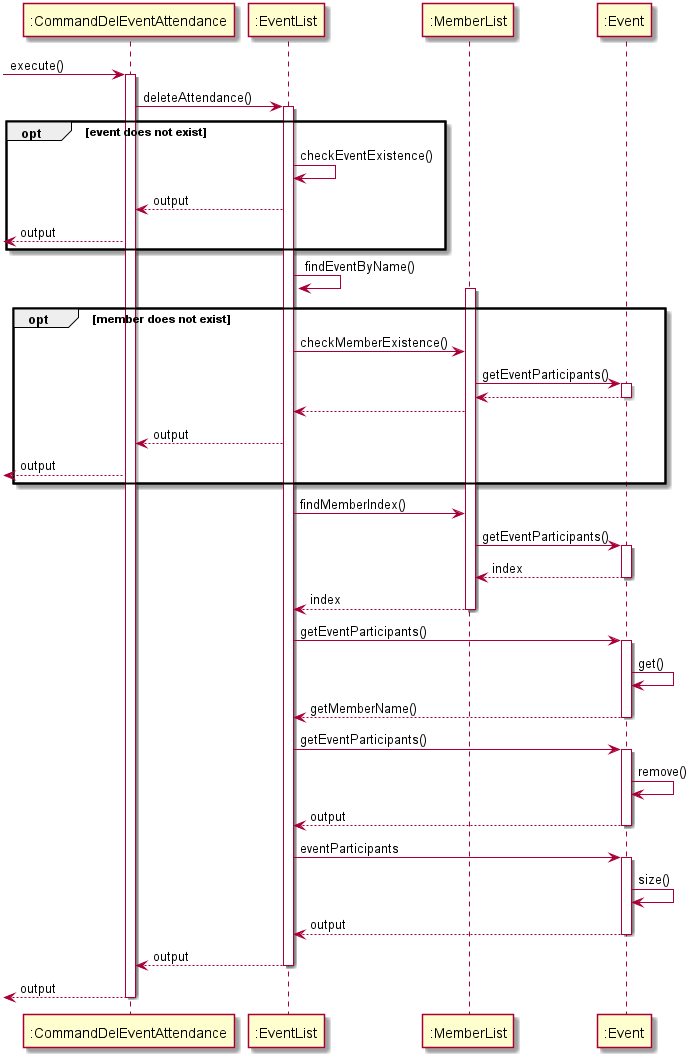
Earlier version of the PlantUML export docs/EventDiagram/SequenceDiagram/CommandDelEventAttendance.png (nus-cs2113-AY2021S1/tp).
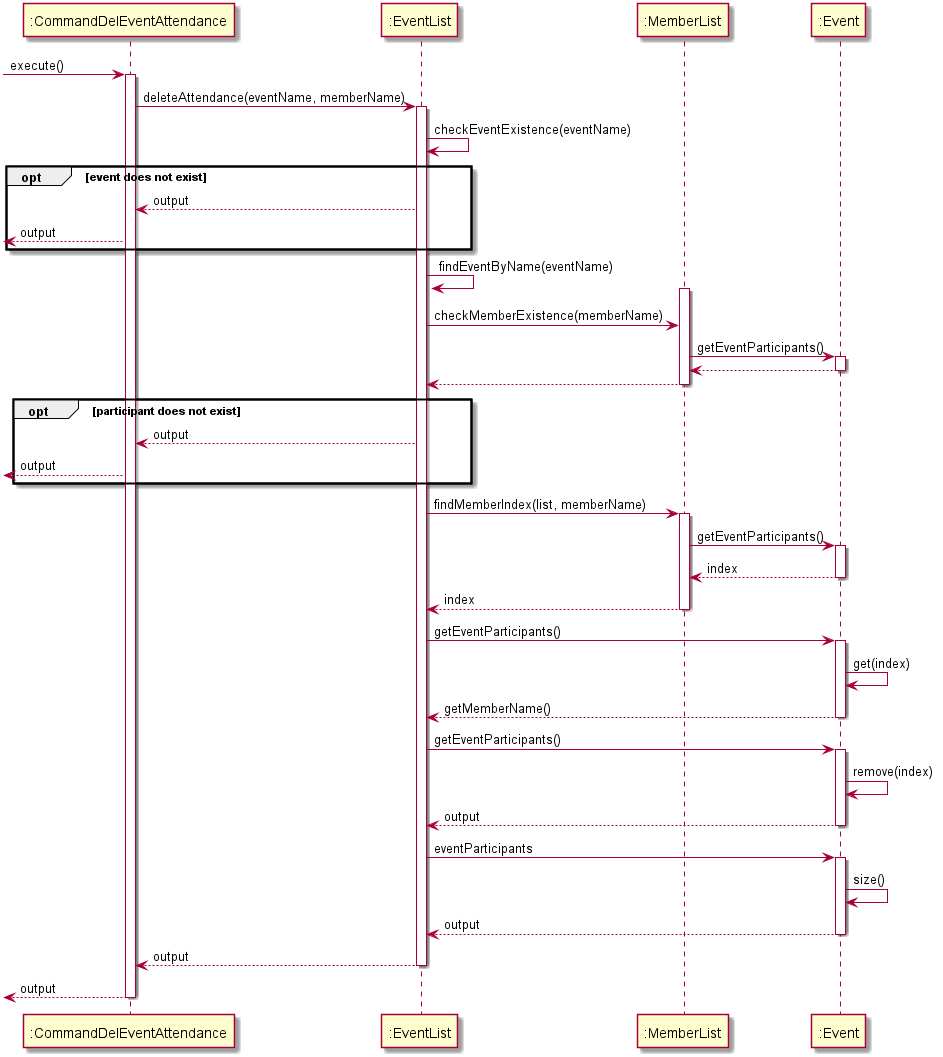
After the commit.

The edit, as a diff of the source:
```diff
@@ -2,30 +2,30 @@
  -> ":CommandDelEventAttendance": execute()
 
 activate ":CommandDelEventAttendance"
-":CommandDelEventAttendance" -> ":EventList" : deleteAttendance()
+":CommandDelEventAttendance" -> ":EventList" : deleteAttendance(eventName, memberName)
 activate ":EventList"
-
+":EventList" -> ":EventList" : checkEventExistence(eventName)
 opt event does not exist
-":EventList" -> ":EventList" : checkEventExistence()
 ":EventList" --> ":CommandDelEventAttendance" : output
 <-- ":CommandDelEventAttendance" : output
 end
 
-":EventList" -> ":EventList" : findEventByName()
-
-opt member does not exist
+":EventList" -> ":EventList" : findEventByName(eventName)
 activate ":MemberList"
-":EventList" -> ":MemberList" : checkMemberExistence()
+":EventList" -> ":MemberList" : checkMemberExistence(memberName)
 ":MemberList" -> ":Event" : getEventParticipants()
 activate ":Event"
 return
 ":MemberList" --> ":EventList"
+deactivate ":MemberList"
+opt participant does not exist
 ":EventList" --> ":CommandDelEventAttendance" : output
 <-- ":CommandDelEventAttendance" : output
 end
 
 activate ":MemberList"
-":EventList" -> ":MemberList" : findMemberIndex()
+":EventList" -> ":MemberList" : findMemberIndex(list, memberName)
+activate ":MemberList"
 ":MemberList" -> ":Event" : getEventParticipants()
 activate ":Event"
 return index
@@ -33,12 +33,12 @@
 deactivate ":MemberList"
 ":EventList" -> ":Event" : getEventParticipants()
 activate ":Event"
-":Event" -> ":Event" : get()
+":Event" -> ":Event" : get(index)
 return getMemberName()
 
 ":EventList" -> ":Event" : getEventParticipants()
 activate ":Event"
-":Event" -> ":Event" : remove()
+":Event" -> ":Event" : remove(index)
 return output
 
 ":EventList" -> ":Event" : eventParticipants
```
